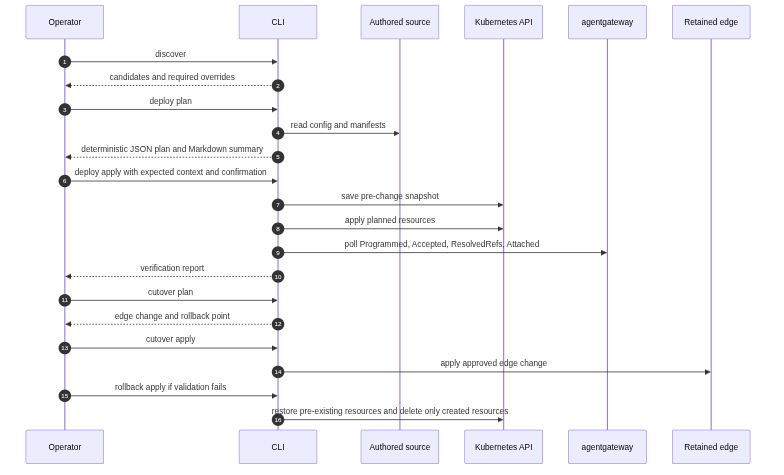
Above: docs/assets/diagrams/rendered/deployment-sequence.png in maher-elattar/airgapped-ai-gateway-k8s (Mermaid), before the change. Its source is kept beside it as docs/assets/diagrams/mermaid/deployment-sequence.mmd.
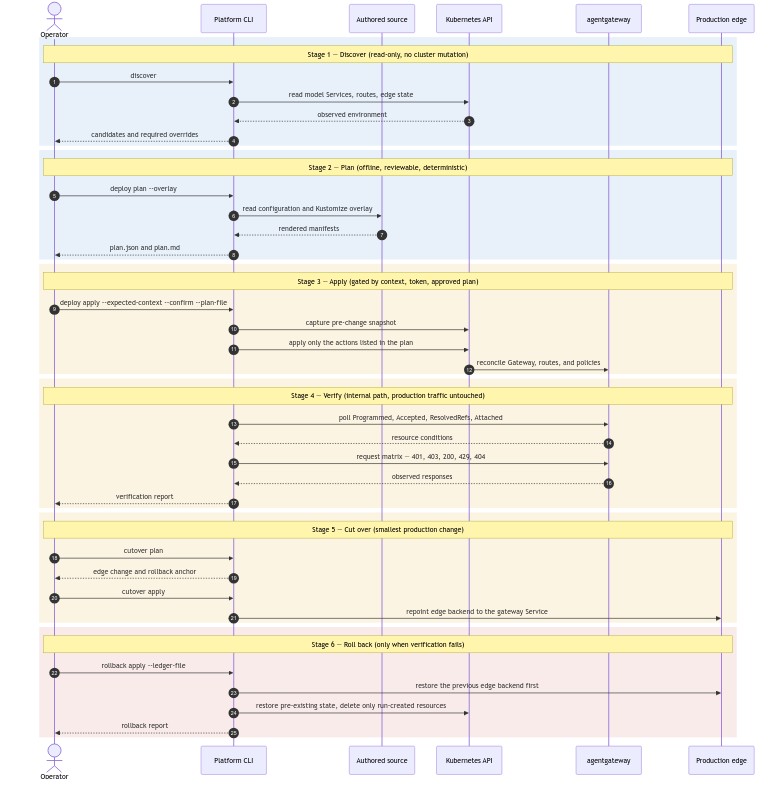
After the change.

Change to the diagram source:
```diff
@@ -1,25 +1,57 @@
 sequenceDiagram
   autonumber
-  participant Operator
-  participant CLI
-  participant Git as Authored source
+  actor Operator
+  participant CLI as Platform CLI
+  participant Source as Authored source
   participant API as Kubernetes API
   participant Gateway as agentgateway
-  participant Edge as Retained edge
+  participant Edge as Production edge
 
-  Operator->>CLI: discover
-  CLI-->>Operator: candidates and required overrides
-  Operator->>CLI: deploy plan
-  CLI->>Git: read config and manifests
-  CLI-->>Operator: deterministic JSON plan and Markdown summary
-  Operator->>CLI: deploy apply with expected context and confirmation
-  CLI->>API: save pre-change snapshot
-  CLI->>API: apply planned resources
-  CLI->>Gateway: poll Programmed, Accepted, ResolvedRefs, Attached
-  CLI-->>Operator: verification report
-  Operator->>CLI: cutover plan
-  CLI-->>Operator: edge change and rollback point
-  Operator->>CLI: cutover apply
-  CLI->>Edge: apply approved edge change
-  Operator->>CLI: rollback apply if validation fails
-  CLI->>API: restore pre-existing resources and delete only created resources
+  rect rgb(232, 240, 250)
+    Note over Operator, Edge: Stage 1 — Discover (read-only, no cluster mutation)
+    Operator->>CLI: discover
+    CLI->>API: read model Services, routes, edge state
+    API-->>CLI: observed environment
+    CLI-->>Operator: candidates and required overrides
+  end
+
+  rect rgb(232, 240, 250)
+    Note over Operator, Edge: Stage 2 — Plan (offline, reviewable, deterministic)
+    Operator->>CLI: deploy plan --overlay
+    CLI->>Source: read configuration and Kustomize overlay
+    Source-->>CLI: rendered manifests
+    CLI-->>Operator: plan.json and plan.md
+  end
+
+  rect rgb(252, 244, 227)
+    Note over Operator, Edge: Stage 3 — Apply (gated by context, token, approved plan)
+    Operator->>CLI: deploy apply --expected-context --confirm --plan-file
+    CLI->>API: capture pre-change snapshot
+    CLI->>API: apply only the actions listed in the plan
+    API->>Gateway: reconcile Gateway, routes, and policies
+  end
+
+  rect rgb(252, 244, 227)
+    Note over Operator, Edge: Stage 4 — Verify (internal path, production traffic untouched)
+    CLI->>Gateway: poll Programmed, Accepted, ResolvedRefs, Attached
+    Gateway-->>CLI: resource conditions
+    CLI->>Gateway: request matrix — 401, 403, 200, 429, 404
+    Gateway-->>CLI: observed responses
+    CLI-->>Operator: verification report
+  end
+
+  rect rgb(252, 244, 227)
+    Note over Operator, Edge: Stage 5 — Cut over (smallest production change)
+    Operator->>CLI: cutover plan
+    CLI-->>Operator: edge change and rollback anchor
+    Operator->>CLI: cutover apply
+    CLI->>Edge: repoint edge backend to the gateway Service
+  end
+
+  rect rgb(250, 235, 235)
+    Note over Operator, Edge: Stage 6 — Roll back (only when verification fails)
+    Operator->>CLI: rollback apply --ledger-file
+    CLI->>Edge: restore the previous edge backend first
+    CLI->>API: restore pre-existing state, delete only run-created resources
+    CLI-->>Operator: rollback report
+  end
```
